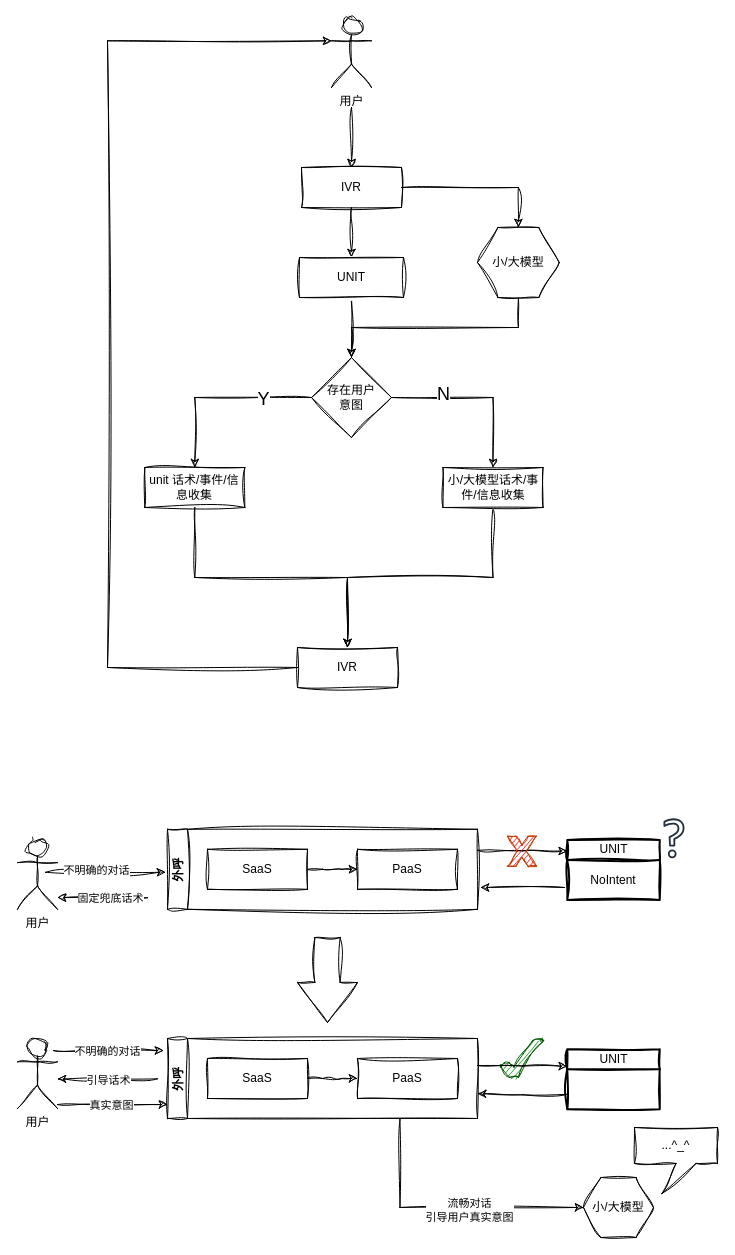
The draw.io diagram draw/外呼.drawio in breavo/draw.io, before the edit. Source tidied: cells renumbered, new cells numbered last; positions are measured from the earlier drawing's top-left corner, leaving out a move shared by most shapes. Both pictures are drawn from the tidied source at 100%, with x=0, y=0 at pixel (17, 17).
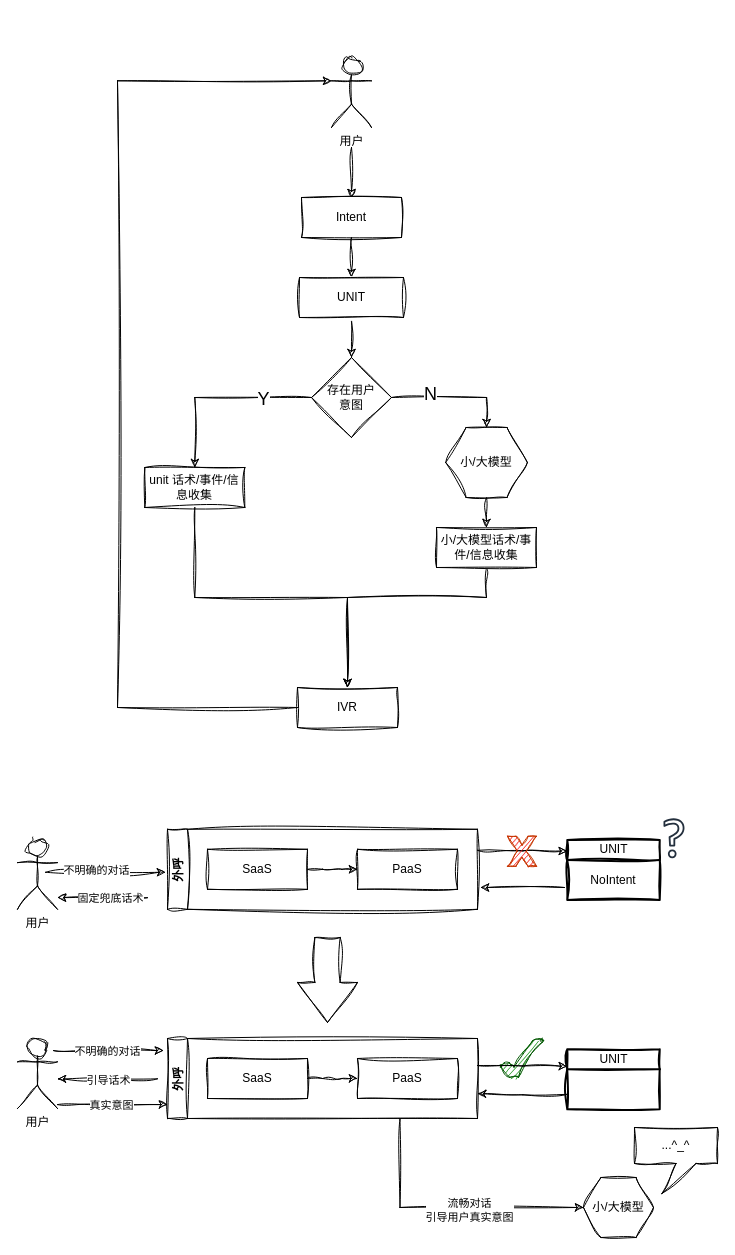
The same diagram, later.

Unchanged cells that the change refers to:
```xml
<mxCell id="46" value="存在用户&lt;br&gt;意图" style="rhombus;whiteSpace=wrap;html=1;sketch=1;hachureGap=4;jiggle=2;curveFitting=1;" parent="1" vertex="1">
  <mxGeometry x="294" y="340" width="80" height="80" as="geometry" />
</mxCell>
```

The edit, as a diff of the source:
```diff
@@
-    <mxCell id="38" style="edgeStyle=orthogonalEdgeStyle;rounded=0;sketch=1;hachureGap=4;jiggle=2;curveFitting=1;jettySize=auto;html=1;exitX=1;exitY=0.5;exitDx=0;exitDy=0;entryX=0.5;entryY=0;entryDx=0;entryDy=0;" parent="1" edge="1" source="39" target="54">
-      <mxGeometry relative="1" as="geometry" />
-    </mxCell>
-    <mxCell id="39" value="IVR" style="whiteSpace=wrap;html=1;sketch=1;hachureGap=4;jiggle=2;curveFitting=1;" parent="1" vertex="1">
-      <mxGeometry x="284" y="150" width="100" height="40" as="geometry" />
+    <mxCell id="39" value="Intent" style="whiteSpace=wrap;html=1;sketch=1;hachureGap=4;jiggle=2;curveFitting=1;" parent="1" vertex="1">
+      <mxGeometry x="284" y="180" width="100" height="40" as="geometry" />
     </mxCell>
@@
     <mxCell id="41" value="UNIT" style="whiteSpace=wrap;html=1;sketch=1;hachureGap=4;jiggle=2;curveFitting=1;" parent="1" vertex="1">
-      <mxGeometry x="282" y="240" width="104" height="40" as="geometry" />
+      <mxGeometry x="282" y="260" width="104" height="40" as="geometry" />
     </mxCell>
-    <mxCell id="42" style="edgeStyle=orthogonalEdgeStyle;rounded=0;sketch=1;hachureGap=4;jiggle=2;curveFitting=1;jettySize=auto;html=1;exitX=1;exitY=0.5;exitDx=0;exitDy=0;entryX=0.5;entryY=0;entryDx=0;entryDy=0;" parent="1" edge="1" source="46" target="56">
-      <mxGeometry relative="1" as="geometry" />
-    </mxCell>
-    <mxCell id="43" value="&lt;font style=&quot;font-size: 18px;&quot;&gt;N&lt;/font&gt;" style="edgeLabel;html=1;align=center;verticalAlign=middle;sketch=1;hachureGap=4;jiggle=2;curveFitting=1;" parent="42" vertex="1">
-      <mxGeometry x="-0.4" y="5" relative="1" as="geometry">
-        <mxPoint y="1" as="offset" />
-      </mxGeometry>
-    </mxCell>
@@
     <mxCell id="49" value="IVR" style="whiteSpace=wrap;html=1;sketch=1;hachureGap=4;jiggle=2;curveFitting=1;" parent="1" vertex="1">
-      <mxGeometry x="280" y="630" width="100" height="40" as="geometry" />
+      <mxGeometry x="280" y="670" width="100" height="40" as="geometry" />
     </mxCell>
     <mxCell id="50" value="用户" style="shape=umlActor;verticalLabelPosition=bottom;verticalAlign=top;html=1;outlineConnect=0;sketch=1;hachureGap=4;jiggle=2;curveFitting=1;" parent="1" vertex="1">
-      <mxGeometry x="314" width="40" height="70" as="geometry" />
+      <mxGeometry x="314" y="40" width="40" height="70" as="geometry" />
     </mxCell>
     <mxCell id="51" style="endArrow=classic;html=1;rounded=0;sketch=1;hachureGap=4;jiggle=2;curveFitting=1;entryX=0.5;entryY=0;entryDx=0;entryDy=0;" parent="1" edge="1" target="39">
       <mxGeometry relative="1" as="geometry">
-        <mxPoint x="334" y="90" as="sourcePoint" />
+        <mxPoint x="334" y="130" as="sourcePoint" />
       </mxGeometry>
     </mxCell>
-    <mxCell id="52" style="edgeStyle=orthogonalEdgeStyle;rounded=0;sketch=1;hachureGap=4;jiggle=2;curveFitting=1;jettySize=auto;html=1;exitX=0;exitY=0.5;exitDx=0;exitDy=0;entryX=0;entryY=0.3333333333333333;entryDx=0;entryDy=0;entryPerimeter=0;" parent="1" edge="1" source="49" target="50">
-      <mxGeometry relative="1" as="geometry">
-        <Array as="points">
-          <mxPoint x="90" y="650" />
-          <mxPoint x="90" y="23" />
-        </Array>
-      </mxGeometry>
-    </mxCell>
-    <mxCell id="53" style="edgeStyle=orthogonalEdgeStyle;rounded=0;sketch=1;hachureGap=4;jiggle=2;curveFitting=1;jettySize=auto;html=1;exitX=0.5;exitY=1;exitDx=0;exitDy=0;entryX=0.5;entryY=0;entryDx=0;entryDy=0;" parent="1" edge="1" source="54" target="46">
-      <mxGeometry relative="1" as="geometry">
-        <Array as="points">
-          <mxPoint x="501" y="310" />
-          <mxPoint x="334" y="310" />
-        </Array>
-      </mxGeometry>
-    </mxCell>
-    <mxCell id="54" value="小/大模型" style="shape=mxgraph.bpmn.conversation;perimeter=hexagonPerimeter2;whiteSpace=wrap;html=1;bpmnConversationType=conv;sketch=1;hachureGap=4;jiggle=2;curveFitting=1;" parent="1" vertex="1">
-      <mxGeometry x="460" y="210" width="81.7" height="70" as="geometry" />
-    </mxCell>
     <mxCell id="55" style="edgeStyle=orthogonalEdgeStyle;rounded=0;sketch=1;hachureGap=4;jiggle=2;curveFitting=1;jettySize=auto;html=1;exitX=0.5;exitY=1;exitDx=0;exitDy=0;" parent="1" edge="1" source="56" target="49">
-      <mxGeometry relative="1" as="geometry" />
+      <mxGeometry relative="1" as="geometry">
+        <Array as="points">
+          <mxPoint x="469" y="580" />
+          <mxPoint x="330" y="580" />
+        </Array>
+      </mxGeometry>
     </mxCell>
     <mxCell id="56" value="小/大模型话术/事件/信息收集" style="whiteSpace=wrap;html=1;sketch=1;hachureGap=4;jiggle=2;curveFitting=1;" parent="1" vertex="1">
-      <mxGeometry x="425.5" y="450" width="100" height="40" as="geometry" />
+      <mxGeometry x="419" y="510" width="100" height="40" as="geometry" />
     </mxCell>
+    <mxCell id="57" style="edgeStyle=orthogonalEdgeStyle;rounded=0;sketch=1;hachureGap=4;jiggle=2;curveFitting=1;jettySize=auto;html=1;exitX=1;exitY=0.5;exitDx=0;exitDy=0;entryX=0.5;entryY=0;entryDx=0;entryDy=0;" parent="1" edge="1" source="46" target="54">
+      <mxGeometry relative="1" as="geometry" />
+    </mxCell>
+    <mxCell id="43" value="&lt;font style=&quot;font-size: 18px;&quot;&gt;N&lt;/font&gt;" style="edgeLabel;html=1;align=center;verticalAlign=middle;sketch=1;hachureGap=4;jiggle=2;curveFitting=1;" parent="57" vertex="1">
+      <mxGeometry x="-0.4" y="5" relative="1" as="geometry">
+        <mxPoint y="1" as="offset" />
+      </mxGeometry>
+    </mxCell>
+    <mxCell id="58" style="edgeStyle=orthogonalEdgeStyle;rounded=0;sketch=1;hachureGap=4;jiggle=2;curveFitting=1;jettySize=auto;html=1;exitX=0.5;exitY=1;exitDx=0;exitDy=0;entryX=0.5;entryY=0;entryDx=0;entryDy=0;" parent="1" edge="1" source="54" target="56">
+      <mxGeometry relative="1" as="geometry" />
+    </mxCell>
+    <mxCell id="54" value="小/大模型" style="shape=mxgraph.bpmn.conversation;perimeter=hexagonPerimeter2;whiteSpace=wrap;html=1;bpmnConversationType=conv;sketch=1;hachureGap=4;jiggle=2;curveFitting=1;" parent="1" vertex="1">
+      <mxGeometry x="428.2" y="410" width="81.7" height="70" as="geometry" />
+    </mxCell>
+    <mxCell id="52" style="edgeStyle=orthogonalEdgeStyle;rounded=0;sketch=1;hachureGap=4;jiggle=2;curveFitting=1;jettySize=auto;html=1;exitX=0;exitY=0.5;exitDx=0;exitDy=0;entryX=0;entryY=0.3333333333333333;entryDx=0;entryDy=0;entryPerimeter=0;" parent="1" edge="1" source="49" target="50">
+      <mxGeometry relative="1" as="geometry">
+        <Array as="points">
+          <mxPoint x="100" y="690" />
+          <mxPoint x="100" y="63" />
+        </Array>
+      </mxGeometry>
+    </mxCell>
```
